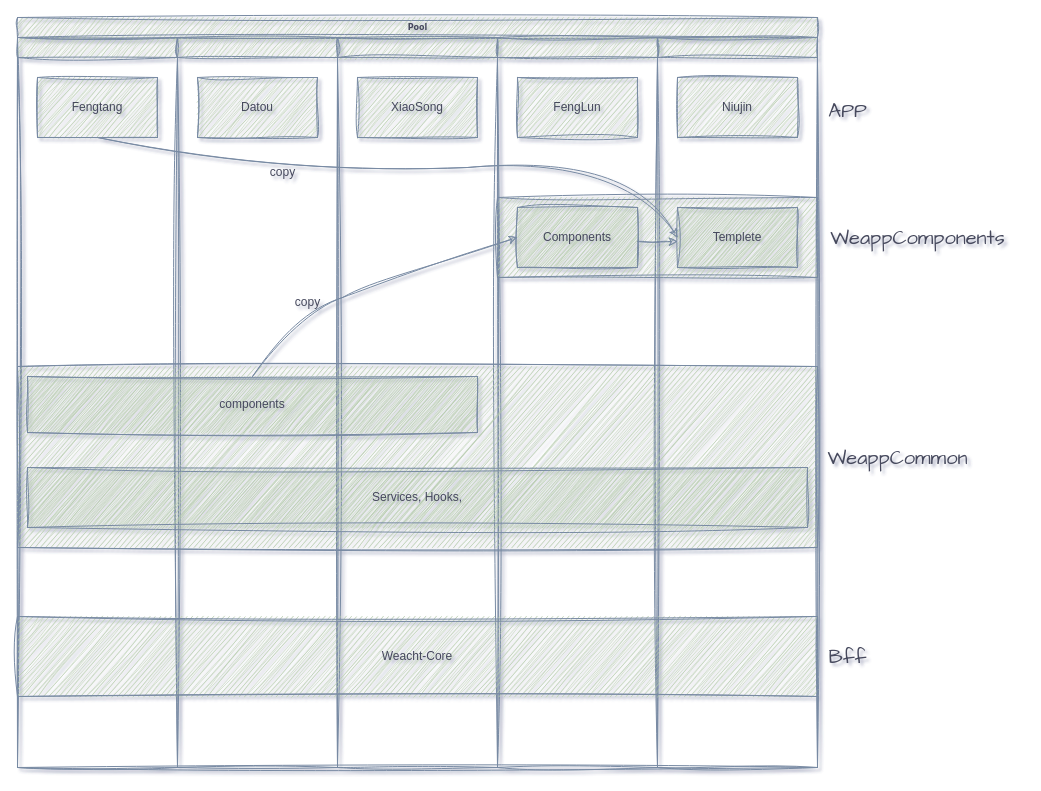
Above: 未命名绘图.drawio in imnot2/imnot2.github.io (draw.io), before the change. Source tidied: cells renumbered, new cells numbered last; positions are measured from the earlier drawing's top-left corner, leaving out a move shared by most shapes. Both pictures are drawn from the tidied source at 100%, with x=0, y=0 at pixel (17, 17).
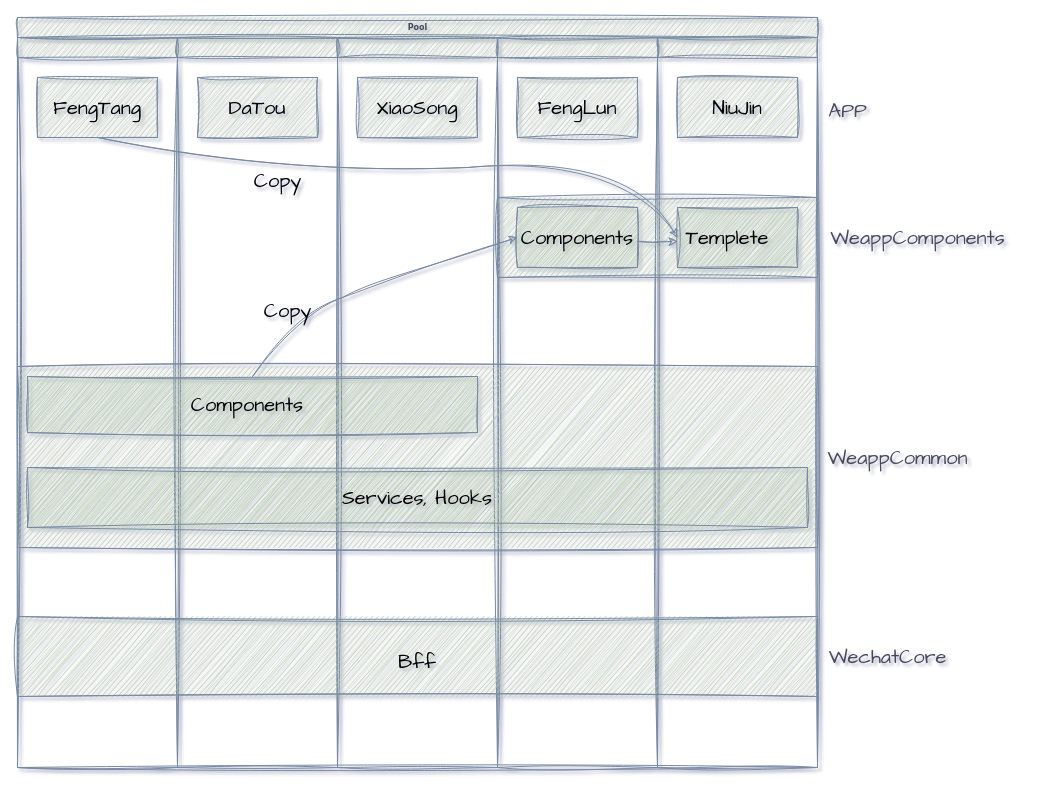
Above is the later version.

Commit message:
update font family

Unchanged cells that the change refers to:
```xml
<mxCell id="2" value="Pool" style="swimlane;html=1;startSize=20;rounded=0;shadow=0;labelBackgroundColor=none;strokeWidth=1;fontFamily=Verdana;fontSize=8;align=center;fillColor=#B2C9AB;strokeColor=#788AA3;fontColor=#46495D;sketch=1;curveFitting=1;jiggle=2;" parent="1" vertex="1">
  <mxGeometry width="800" height="750" as="geometry" />
</mxCell>
<mxCell id="3" style="swimlane;html=1;startSize=20;rounded=0;labelBackgroundColor=none;fillColor=#B2C9AB;strokeColor=#788AA3;fontColor=#46495D;sketch=1;curveFitting=1;jiggle=2;" parent="2" vertex="1">
  <mxGeometry y="20" width="160" height="730" as="geometry" />
</mxCell>
<mxCell id="9" style="swimlane;html=1;startSize=20;rounded=0;labelBackgroundColor=none;fillColor=#B2C9AB;strokeColor=#788AA3;fontColor=#46495D;sketch=1;curveFitting=1;jiggle=2;" parent="2" vertex="1">
  <mxGeometry x="320" y="20" width="160" height="730" as="geometry" />
</mxCell>
<mxCell id="11" style="swimlane;html=1;startSize=20;rounded=0;labelBackgroundColor=none;fillColor=#B2C9AB;strokeColor=#788AA3;fontColor=#46495D;sketch=1;curveFitting=1;jiggle=2;" parent="2" vertex="1">
  <mxGeometry x="480" y="20" width="160" height="730" as="geometry" />
</mxCell>
<mxCell id="13" style="swimlane;html=1;startSize=20;rounded=0;labelBackgroundColor=none;fillColor=#B2C9AB;strokeColor=#788AA3;fontColor=#46495D;sketch=1;curveFitting=1;jiggle=2;" parent="2" vertex="1">
  <mxGeometry x="640" y="20" width="160" height="730" as="geometry" />
</mxCell>
```

Diff of the diagram source:
```diff
@@
-    <mxCell id="4" value="Fengtang" style="rounded=0;whiteSpace=wrap;html=1;labelBackgroundColor=none;fillColor=#B2C9AB;strokeColor=#788AA3;fontColor=#46495D;sketch=1;curveFitting=1;jiggle=2;" parent="3" vertex="1">
+    <mxCell id="4" style="rounded=0;whiteSpace=wrap;html=1;labelBackgroundColor=none;fillColor=#B2C9AB;strokeColor=#788AA3;fontColor=#46495D;sketch=1;curveFitting=1;jiggle=2;" parent="3" vertex="1">
       <mxGeometry x="20" y="40" width="120" height="60" as="geometry" />
     </mxCell>
+    <mxCell id="29" value="FengTang&lt;br&gt;" style="text;html=1;strokeColor=none;fillColor=none;align=center;verticalAlign=middle;whiteSpace=wrap;rounded=0;fontSize=20;fontFamily=Architects Daughter;" parent="3" vertex="1">
+      <mxGeometry x="50" y="55" width="60" height="30" as="geometry" />
+    </mxCell>
-    <mxCell id="5" style="swimlane;html=1;startSize=20;rounded=0;labelBackgroundColor=none;fillColor=#B2C9AB;strokeColor=#788AA3;fontColor=#46495D;sketch=1;curveFitting=1;jiggle=2;" parent="2" vertex="1">
+    <mxCell id="5" style="swimlane;html=1;startSize=20;rounded=0;labelBackgroundColor=none;fillColor=#B2C9AB;strokeColor=#788AA3;fontColor=#46495D;sketch=1;curveFitting=1;jiggle=2;glass=0;" parent="2" vertex="1">
       <mxGeometry x="160" y="20" width="160" height="730" as="geometry" />
     </mxCell>
-    <mxCell id="6" value="Datou" style="rounded=0;whiteSpace=wrap;html=1;labelBackgroundColor=none;fillColor=#B2C9AB;strokeColor=#788AA3;fontColor=#46495D;sketch=1;curveFitting=1;jiggle=2;" parent="5" vertex="1">
+    <mxCell id="6" style="rounded=0;whiteSpace=wrap;html=1;labelBackgroundColor=none;fillColor=#B2C9AB;strokeColor=#788AA3;fontColor=#46495D;sketch=1;curveFitting=1;jiggle=2;" parent="5" vertex="1">
       <mxGeometry x="20" y="40" width="120" height="60" as="geometry" />
     </mxCell>
-    <mxCell id="7" value="copy" style="text;html=1;align=center;verticalAlign=middle;strokeColor=none;fillColor=none;rounded=0;labelBackgroundColor=none;fontColor=#46495D;sketch=1;curveFitting=1;jiggle=2;" parent="5" vertex="1">
-      <mxGeometry x="105" y="250" width="50" height="30" as="geometry" />
-    </mxCell>
-    <mxCell id="8" value="copy" style="text;html=1;align=center;verticalAlign=middle;strokeColor=none;fillColor=none;rounded=0;labelBackgroundColor=none;fontColor=#46495D;sketch=1;curveFitting=1;jiggle=2;" parent="5" vertex="1">
-      <mxGeometry x="80" y="120" width="50" height="30" as="geometry" />
-    </mxCell>
+    <mxCell id="30" value="DaTou" style="text;html=1;strokeColor=none;fillColor=none;align=center;verticalAlign=middle;whiteSpace=wrap;rounded=0;fontSize=20;fontFamily=Architects Daughter;" parent="5" vertex="1">
+      <mxGeometry x="50" y="55" width="60" height="30" as="geometry" />
+    </mxCell>
@@
-    <mxCell id="10" value="XiaoSong" style="rounded=0;whiteSpace=wrap;html=1;labelBackgroundColor=none;fillColor=#B2C9AB;strokeColor=#788AA3;fontColor=#46495D;sketch=1;curveFitting=1;jiggle=2;" parent="9" vertex="1">
+    <mxCell id="10" style="rounded=0;whiteSpace=wrap;html=1;labelBackgroundColor=none;fillColor=#B2C9AB;strokeColor=#788AA3;fontColor=#46495D;sketch=1;curveFitting=1;jiggle=2;" parent="9" vertex="1">
       <mxGeometry x="20" y="40" width="120" height="60" as="geometry" />
     </mxCell>
+    <mxCell id="31" value="XiaoSong" style="text;html=1;strokeColor=none;fillColor=none;align=center;verticalAlign=middle;whiteSpace=wrap;rounded=0;fontSize=20;fontFamily=Architects Daughter;" parent="9" vertex="1">
+      <mxGeometry x="50" y="55" width="60" height="30" as="geometry" />
+    </mxCell>
@@
-    <mxCell id="12" value="FengLun" style="rounded=0;whiteSpace=wrap;html=1;labelBackgroundColor=none;fillColor=#B2C9AB;strokeColor=#788AA3;fontColor=#46495D;sketch=1;curveFitting=1;jiggle=2;" parent="11" vertex="1">
+    <mxCell id="12" style="rounded=0;whiteSpace=wrap;html=1;labelBackgroundColor=none;fillColor=#B2C9AB;strokeColor=#788AA3;fontColor=#46495D;sketch=1;curveFitting=1;jiggle=2;" parent="11" vertex="1">
       <mxGeometry x="20" y="40" width="120" height="60" as="geometry" />
     </mxCell>
+    <mxCell id="32" value="FengLun&lt;br&gt;" style="text;html=1;strokeColor=none;fillColor=none;align=center;verticalAlign=middle;whiteSpace=wrap;rounded=0;fontSize=20;fontFamily=Architects Daughter;" parent="11" vertex="1">
+      <mxGeometry x="50" y="55" width="60" height="30" as="geometry" />
+    </mxCell>
@@
-    <mxCell id="14" value="Niujin" style="rounded=0;whiteSpace=wrap;html=1;labelBackgroundColor=none;fillColor=#B2C9AB;strokeColor=#788AA3;fontColor=#46495D;sketch=1;curveFitting=1;jiggle=2;" parent="13" vertex="1">
+    <mxCell id="14" style="rounded=0;whiteSpace=wrap;html=1;labelBackgroundColor=none;fillColor=#B2C9AB;strokeColor=#788AA3;fontColor=#46495D;sketch=1;curveFitting=1;jiggle=2;" parent="13" vertex="1">
       <mxGeometry x="20" y="40" width="120" height="60" as="geometry" />
     </mxCell>
@@
-    <mxCell id="16" value="Templete" style="rounded=0;whiteSpace=wrap;html=1;labelBackgroundColor=none;fillColor=#B2C9AB;strokeColor=#788AA3;fontColor=#46495D;sketch=1;curveFitting=1;jiggle=2;" parent="13" vertex="1">
+    <mxCell id="16" style="rounded=0;whiteSpace=wrap;html=1;labelBackgroundColor=none;fillColor=#B2C9AB;strokeColor=#788AA3;fontColor=#46495D;sketch=1;curveFitting=1;jiggle=2;" parent="13" vertex="1">
       <mxGeometry x="20" y="170" width="120" height="60" as="geometry" />
     </mxCell>
@@
-    <mxCell id="18" value="Components" style="rounded=0;whiteSpace=wrap;html=1;labelBackgroundColor=none;fillColor=#B2C9AB;strokeColor=#788AA3;fontColor=#46495D;sketch=1;curveFitting=1;jiggle=2;" parent="13" vertex="1">
+    <mxCell id="18" style="rounded=0;whiteSpace=wrap;html=1;labelBackgroundColor=none;fillColor=#B2C9AB;strokeColor=#788AA3;fontColor=#46495D;sketch=1;curveFitting=1;jiggle=2;" parent="13" vertex="1">
       <mxGeometry x="-140" y="170" width="120" height="60" as="geometry" />
     </mxCell>
+    <mxCell id="33" value="Components" style="text;html=1;strokeColor=none;fillColor=none;align=center;verticalAlign=middle;whiteSpace=wrap;rounded=0;fontSize=20;fontFamily=Architects Daughter;" parent="13" vertex="1">
+      <mxGeometry x="-110" y="185" width="60" height="30" as="geometry" />
+    </mxCell>
+    <mxCell id="34" value="Templete" style="text;html=1;strokeColor=none;fillColor=none;align=center;verticalAlign=middle;whiteSpace=wrap;rounded=0;fontSize=20;fontFamily=Architects Daughter;" parent="13" vertex="1">
+      <mxGeometry x="40" y="185" width="60" height="30" as="geometry" />
+    </mxCell>
+    <mxCell id="35" value="NiuJin&lt;br&gt;" style="text;html=1;strokeColor=none;fillColor=none;align=center;verticalAlign=middle;whiteSpace=wrap;rounded=0;fontSize=20;fontFamily=Architects Daughter;" parent="13" vertex="1">
+      <mxGeometry x="50" y="55" width="60" height="30" as="geometry" />
+    </mxCell>
@@
-    <mxCell id="21" value="components" style="rounded=0;whiteSpace=wrap;html=1;labelBackgroundColor=none;fillColor=#B2C9AB;strokeColor=#788AA3;fontColor=#46495D;sketch=1;curveFitting=1;jiggle=2;" parent="1" vertex="1">
+    <mxCell id="21" style="rounded=0;whiteSpace=wrap;html=1;labelBackgroundColor=none;fillColor=#B2C9AB;strokeColor=#788AA3;fontColor=#46495D;sketch=1;curveFitting=1;jiggle=2;" parent="1" vertex="1">
       <mxGeometry x="10" y="359" width="450" height="56" as="geometry" />
     </mxCell>
-    <mxCell id="22" value="Services, Hooks," style="rounded=0;whiteSpace=wrap;html=1;labelBackgroundColor=none;fillColor=#B2C9AB;strokeColor=#788AA3;fontColor=#46495D;sketch=1;curveFitting=1;jiggle=2;" parent="1" vertex="1">
+    <mxCell id="22" style="rounded=0;whiteSpace=wrap;html=1;labelBackgroundColor=none;fillColor=#B2C9AB;strokeColor=#788AA3;fontColor=#46495D;sketch=1;curveFitting=1;jiggle=2;" parent="1" vertex="1">
       <mxGeometry x="10" y="450" width="780" height="60" as="geometry" />
     </mxCell>
@@
-    <mxCell id="24" value="Weacht-Core" style="rounded=0;whiteSpace=wrap;html=1;labelBackgroundColor=none;fillColor=#B2C9AB;strokeColor=#788AA3;fontColor=#46495D;sketch=1;curveFitting=1;jiggle=2;" parent="1" vertex="1">
+    <mxCell id="24" style="rounded=0;whiteSpace=wrap;html=1;labelBackgroundColor=none;fillColor=#B2C9AB;strokeColor=#788AA3;fontColor=#46495D;sketch=1;curveFitting=1;jiggle=2;" parent="1" vertex="1">
       <mxGeometry y="599" width="800" height="80" as="geometry" />
     </mxCell>
-    <mxCell id="25" value="Bff" style="text;html=1;align=center;verticalAlign=middle;strokeColor=none;fillColor=none;fontSize=20;fontFamily=Architects Daughter;rounded=0;sketch=1;curveFitting=1;jiggle=2;labelBackgroundColor=none;fontColor=#46495D;" parent="1" vertex="1">
-      <mxGeometry x="800" y="619" width="60" height="40" as="geometry" />
+    <mxCell id="25" value="WechatCore&lt;br&gt;" style="text;html=1;align=center;verticalAlign=middle;strokeColor=none;fillColor=none;fontSize=20;fontFamily=Architects Daughter;rounded=0;sketch=1;curveFitting=1;jiggle=2;labelBackgroundColor=none;fontColor=#46495D;" parent="1" vertex="1">
+      <mxGeometry x="800" y="619" width="140" height="40" as="geometry" />
     </mxCell>
@@
+    <mxCell id="36" value="Copy" style="text;html=1;align=center;verticalAlign=middle;strokeColor=none;fillColor=none;fontSize=20;fontFamily=Architects Daughter;" parent="1" vertex="1">
+      <mxGeometry x="225" y="143" width="70" height="40" as="geometry" />
+    </mxCell>
+    <mxCell id="37" value="Copy" style="text;html=1;align=center;verticalAlign=middle;strokeColor=none;fillColor=none;fontSize=20;fontFamily=Architects Daughter;" parent="1" vertex="1">
+      <mxGeometry x="235" y="273" width="70" height="40" as="geometry" />
+    </mxCell>
+    <mxCell id="38" value="Components" style="text;html=1;strokeColor=none;fillColor=none;align=center;verticalAlign=middle;whiteSpace=wrap;rounded=0;fontSize=20;fontFamily=Architects Daughter;" parent="1" vertex="1">
+      <mxGeometry x="200" y="372" width="60" height="30" as="geometry" />
+    </mxCell>
+    <mxCell id="39" value="Services, Hooks" style="text;html=1;strokeColor=none;fillColor=none;align=center;verticalAlign=middle;whiteSpace=wrap;rounded=0;fontSize=20;fontFamily=Architects Daughter;" parent="1" vertex="1">
+      <mxGeometry x="290" y="465" width="220" height="30" as="geometry" />
+    </mxCell>
+    <mxCell id="40" value="Bff&lt;br&gt;" style="text;html=1;strokeColor=none;fillColor=none;align=center;verticalAlign=middle;whiteSpace=wrap;rounded=0;fontSize=20;fontFamily=Architects Daughter;" parent="1" vertex="1">
+      <mxGeometry x="370" y="629" width="60" height="30" as="geometry" />
+    </mxCell>
```
